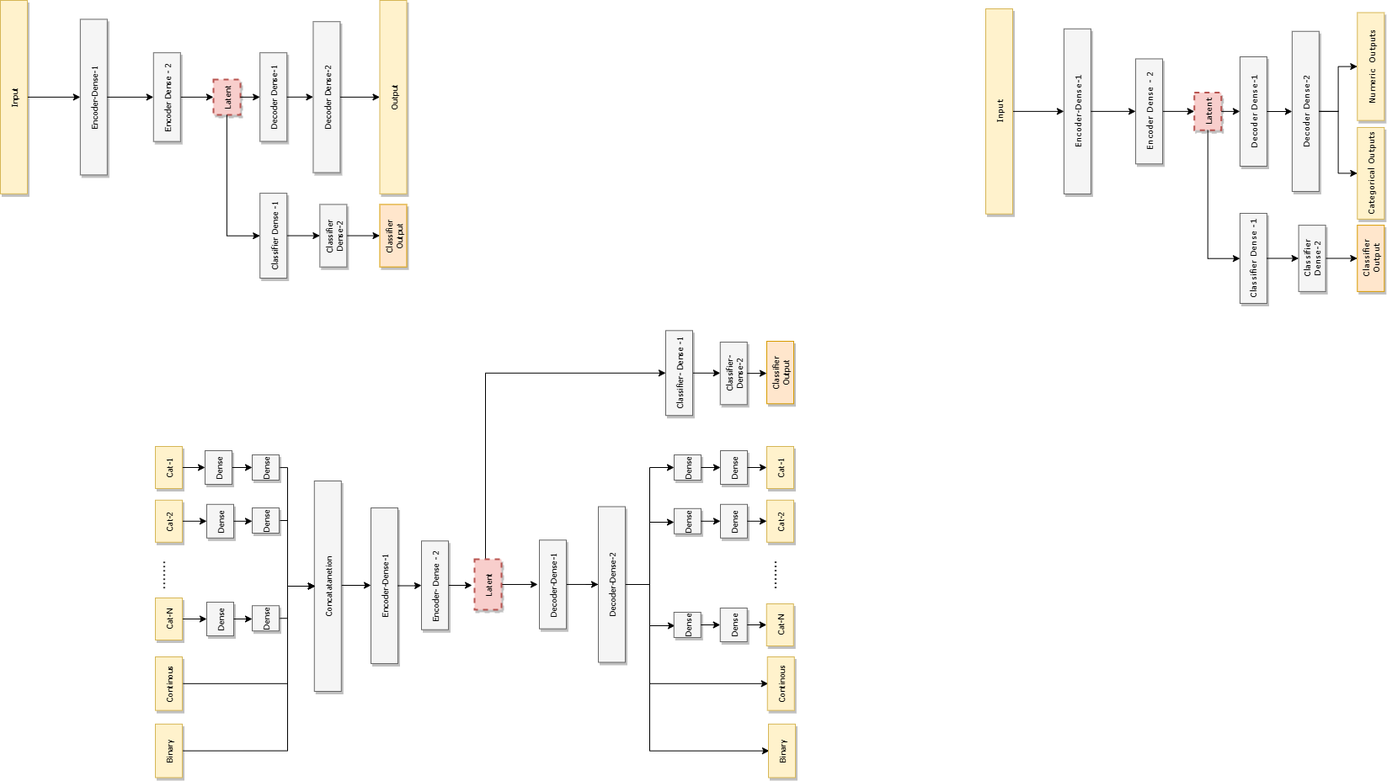
This is Copy of sae-outputs-combined.drawio.png from faikozcan/MLFraud, a draw.io export, as it was before one commit. Source tidied: cells renumbered, new cells last; positions are measured from the earlier drawing's top-left corner, leaving out a move shared by most shapes.
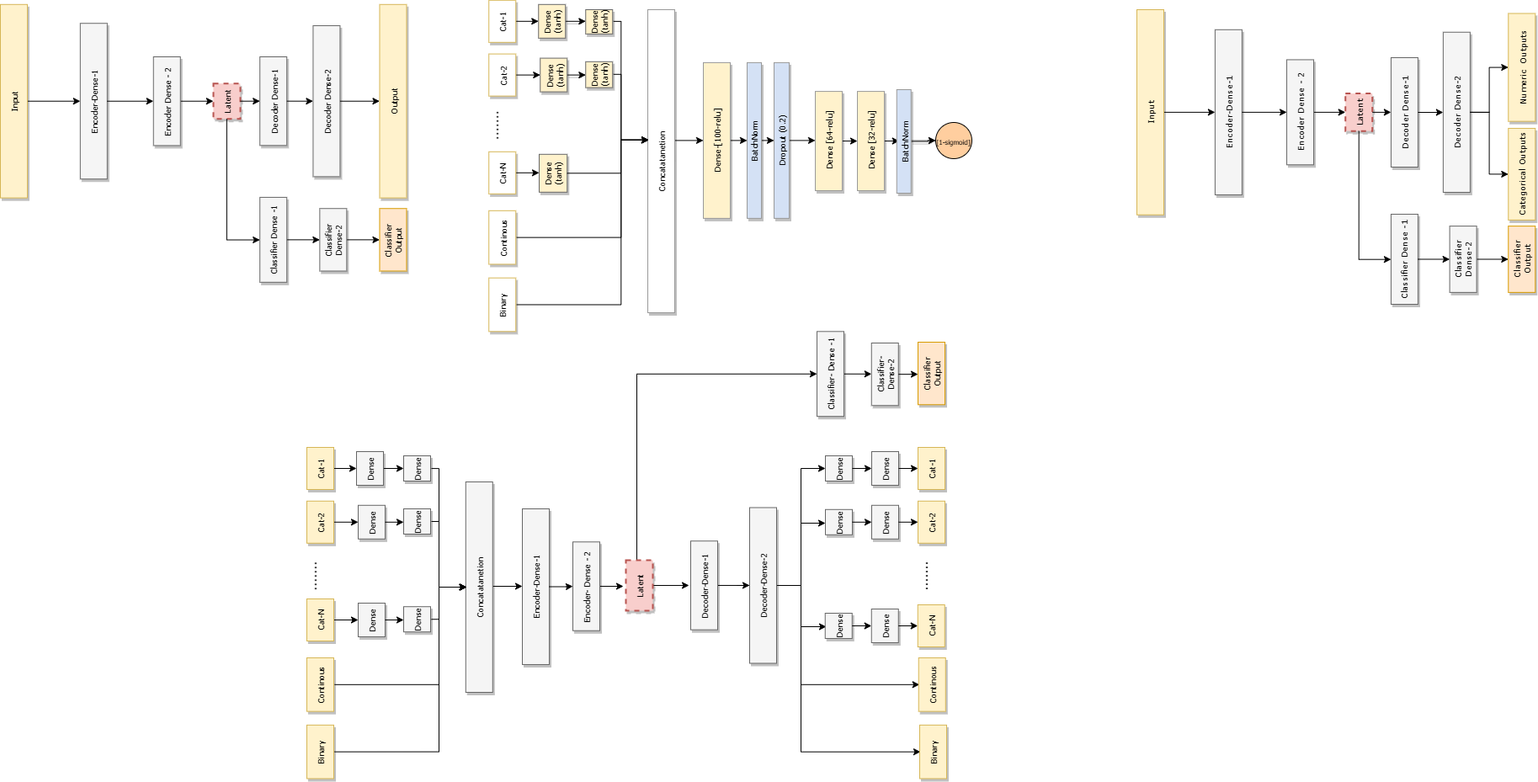
After the commit.

Diff of the diagram source:
```diff
@@ -71,7 +71,7 @@
       </mxGeometry>
     </mxCell>
     <mxCell id="15" value="Latent" style="whiteSpace=wrap;html=1;shadow=1;fontSize=10;fillColor=#f8cecc;strokeColor=#b85450;strokeWidth=2;dashed=1;horizontal=0;fontFamily=Tahoma;" parent="1" vertex="1">
-      <mxGeometry x="252.9" y="93.9" width="32" height="42" as="geometry" />
+      <mxGeometry x="72.9" y="97.7" width="32" height="42" as="geometry" />
     </mxCell>
     <mxCell id="16" style="edgeStyle=orthogonalEdgeStyle;rounded=0;jettySize=auto;html=1;exitX=1;exitY=0.5;exitDx=0;exitDy=0;entryX=0;entryY=0.5;entryDx=0;entryDy=0;horizontal=0;fontSize=10;fontFamily=Tahoma;" parent="1" edge="1" source="23" target="15">
       <mxGeometry relative="1" as="geometry" />
@@ -80,13 +80,13 @@
       <mxGeometry relative="1" as="geometry" />
     </mxCell>
     <mxCell id="18" value="Decoder Dense-1" style="whiteSpace=wrap;html=1;shadow=1;fontSize=10;fillColor=#f5f5f5;strokeColor=#666666;horizontal=0;fontFamily=Tahoma;" parent="1" vertex="1">
-      <mxGeometry x="308.2" y="62.2" width="32" height="105.3" as="geometry" />
+      <mxGeometry x="128.2" y="66" width="32" height="105.3" as="geometry" />
     </mxCell>
     <mxCell id="19" style="edgeStyle=orthogonalEdgeStyle;rounded=0;jettySize=auto;html=1;exitX=1;exitY=0.5;exitDx=0;exitDy=0;entryX=0;entryY=0.5;entryDx=0;entryDy=0;horizontal=0;fontSize=10;fontFamily=Tahoma;" parent="1" edge="1" source="18" target="24">
       <mxGeometry relative="1" as="geometry" />
     </mxCell>
     <mxCell id="20" value="Encoder-Dense-1" style="whiteSpace=wrap;html=1;shadow=1;fontSize=10;fillColor=#f5f5f5;strokeColor=#666666;horizontal=0;fontFamily=Tahoma;" parent="1" vertex="1">
-      <mxGeometry x="94.8" y="22.4" width="32" height="185" as="geometry" />
+      <mxGeometry x="-85.2" y="26.2" width="32" height="185" as="geometry" />
     </mxCell>
     <mxCell id="21" style="edgeStyle=orthogonalEdgeStyle;rounded=0;jettySize=auto;html=1;exitX=1;exitY=0.5;exitDx=0;exitDy=0;entryX=0;entryY=0.5;entryDx=0;entryDy=0;horizontal=0;fontSize=10;fontFamily=Tahoma;" parent="1" edge="1" source="26" target="20">
       <mxGeometry relative="1" as="geometry" />
@@ -95,24 +95,24 @@
       <mxGeometry relative="1" as="geometry" />
     </mxCell>
     <mxCell id="23" value="Encoder Dense - 2" style="whiteSpace=wrap;html=1;shadow=1;fontSize=10;fillColor=#f5f5f5;strokeColor=#666666;horizontal=0;fontFamily=Tahoma;" parent="1" vertex="1">
-      <mxGeometry x="181.8" y="62.2" width="32" height="105.4" as="geometry" />
+      <mxGeometry x="1.8" y="66" width="32" height="105.4" as="geometry" />
     </mxCell>
     <mxCell id="24" value="Decoder Dense-2" style="whiteSpace=wrap;html=1;shadow=1;fontSize=10;fillColor=#f5f5f5;strokeColor=#666666;horizontal=0;fontFamily=Tahoma;" parent="1" vertex="1">
-      <mxGeometry x="371.5" y="25.2" width="32" height="179.4" as="geometry" />
+      <mxGeometry x="191.5" y="29" width="32" height="179.4" as="geometry" />
     </mxCell>
     <mxCell id="25" style="edgeStyle=orthogonalEdgeStyle;rounded=0;jettySize=auto;html=1;exitX=1;exitY=0.5;exitDx=0;exitDy=0;entryX=0;entryY=0.5;entryDx=0;entryDy=0;horizontal=0;fontSize=10;fontFamily=Tahoma;" parent="1" edge="1" source="24" target="27">
       <mxGeometry relative="1" as="geometry" />
     </mxCell>
     <mxCell id="26" value="Input" style="whiteSpace=wrap;html=1;shadow=1;fontSize=10;fillColor=#fff2cc;strokeColor=#d6b656;horizontal=0;fontFamily=Tahoma;" parent="1" vertex="1">
-      <mxGeometry width="32" height="229.8" as="geometry" />
+      <mxGeometry x="-180" y="3.8" width="32" height="229.8" as="geometry" />
     </mxCell>
     <mxCell id="27" value="Output" style="whiteSpace=wrap;html=1;shadow=1;fontSize=10;fillColor=#fff2cc;strokeColor=#d6b656;horizontal=0;fontFamily=Tahoma;" parent="1" vertex="1">
-      <mxGeometry x="450.5" width="32" height="229.8" as="geometry" />
+      <mxGeometry x="270.5" y="3.8" width="32" height="229.8" as="geometry" />
     </mxCell>
     <mxCell id="28" style="edgeStyle=orthogonalEdgeStyle;rounded=0;jettySize=auto;html=1;exitX=0.5;exitY=1;exitDx=0;exitDy=0;horizontal=0;fontSize=10;fontFamily=Tahoma;" parent="1" edge="1" source="15" target="32">
       <mxGeometry relative="1" as="geometry">
         <Array as="points">
-          <mxPoint x="268.6" y="279.7" />
+          <mxPoint x="88.6" y="283.5" />
         </Array>
       </mxGeometry>
     </mxCell>
@@ -123,13 +123,13 @@
       <mxGeometry relative="1" as="geometry" />
     </mxCell>
     <mxCell id="31" value="Classifier Output" style="whiteSpace=wrap;html=1;shadow=1;fontSize=10;fillColor=#ffe6cc;strokeColor=#d79b00;horizontal=0;fontFamily=Tahoma;" parent="1" vertex="1">
-      <mxGeometry x="450.5" y="242.4" width="32" height="74.3" as="geometry" />
+      <mxGeometry x="270.5" y="246.2" width="32" height="74.3" as="geometry" />
     </mxCell>
     <mxCell id="32" value="Classifier Dense -1" style="whiteSpace=wrap;html=1;shadow=1;fontSize=10;fillColor=#f5f5f5;strokeColor=#666666;horizontal=0;fontFamily=Tahoma;" parent="1" vertex="1">
-      <mxGeometry x="308.2" y="229.1" width="32" height="100.9" as="geometry" />
+      <mxGeometry x="128.2" y="232.9" width="32" height="100.9" as="geometry" />
     </mxCell>
     <mxCell id="33" value="Classifier Dense-2" style="whiteSpace=wrap;html=1;shadow=1;fontSize=10;fillColor=#f5f5f5;strokeColor=#666666;horizontal=0;fontFamily=Tahoma;" parent="1" vertex="1">
-      <mxGeometry x="379.4" y="242.4" width="32" height="74.3" as="geometry" />
+      <mxGeometry x="199.4" y="246.2" width="32" height="74.3" as="geometry" />
     </mxCell>
     <mxCell id="34" style="edgeStyle=orthogonalEdgeStyle;rounded=0;jettySize=auto;html=1;exitX=1;exitY=0.5;exitDx=0;exitDy=0;entryX=0;entryY=0.5;entryDx=0;entryDy=0;" parent="1" edge="1" source="35" target="86">
       <mxGeometry relative="1" as="geometry" />
@@ -407,5 +407,164 @@
     <mxCell id="109" value="Binary" style="whiteSpace=wrap;html=1;shadow=1;fontSize=10;fillColor=#fff2cc;strokeColor=#d6b656;horizontal=0;fontFamily=Tahoma;" parent="1" vertex="1">
       <mxGeometry x="912" y="859.9" width="32" height="63.6" as="geometry" />
     </mxCell>
+    <mxCell id="110" style="edgeStyle=orthogonalEdgeStyle;rounded=0;orthogonalLoop=1;jettySize=auto;html=1;exitX=1;exitY=0.5;exitDx=0;exitDy=0;entryX=0;entryY=0.5;entryDx=0;entryDy=0;" parent="1" edge="1">
+      <mxGeometry relative="1" as="geometry">
+        <mxPoint x="433.2" y="280.6" as="sourcePoint" />
+        <mxPoint x="590" y="164.8" as="targetPoint" />
+        <Array as="points">
+          <mxPoint x="557.2" y="280.8" />
+          <mxPoint x="557.2" y="164.8" />
+        </Array>
+      </mxGeometry>
+    </mxCell>
+    <mxCell id="111" value="Continous" style="whiteSpace=wrap;html=1;shadow=1;fontSize=10;fillColor=#FFFFFF;strokeColor=#d6b656;horizontal=0;fontFamily=Tahoma;" parent="1" vertex="1">
+      <mxGeometry x="400.2" y="248.8" width="32" height="63.6" as="geometry" />
+    </mxCell>
+    <mxCell id="112" style="edgeStyle=orthogonalEdgeStyle;rounded=0;orthogonalLoop=1;jettySize=auto;html=1;" parent="1" edge="1">
+      <mxGeometry relative="1" as="geometry">
+        <mxPoint x="433.2" y="360.5" as="sourcePoint" />
+        <mxPoint x="590" y="164.8" as="targetPoint" />
+        <Array as="points">
+          <mxPoint x="557.2" y="360.8" />
+          <mxPoint x="557.2" y="164.8" />
+        </Array>
+      </mxGeometry>
+    </mxCell>
+    <mxCell id="113" value="Binary" style="whiteSpace=wrap;html=1;shadow=1;fontSize=10;fillColor=#FFFFFF;strokeColor=#d6b656;horizontal=0;fontFamily=Tahoma;" parent="1" vertex="1">
+      <mxGeometry x="400.2" y="328.7" width="32" height="63.6" as="geometry" />
+    </mxCell>
+    <mxCell id="114" style="edgeStyle=orthogonalEdgeStyle;rounded=0;jettySize=auto;html=1;exitX=1;exitY=0.5;exitDx=0;exitDy=0;entryX=0;entryY=0.5;entryDx=0;entryDy=0;fontFamily=Tahoma;fontSize=8;fillColor=#FFFFFF;strokeColor=#000000;" parent="1" edge="1" source="115" target="142">
+      <mxGeometry relative="1" as="geometry" />
+    </mxCell>
+    <mxCell id="115" value="Dense-[100-relu]" style="whiteSpace=wrap;html=1;shadow=1;fontSize=10;fillColor=#FFF2CC;strokeColor=#999999;horizontal=0;fontFamily=Tahoma;" parent="1" vertex="1">
+      <mxGeometry x="655" y="72.9" width="32" height="185" as="geometry" />
+    </mxCell>
+    <mxCell id="116" style="edgeStyle=orthogonalEdgeStyle;rounded=0;jettySize=auto;html=1;exitX=1;exitY=0.5;exitDx=0;exitDy=0;entryX=0;entryY=0.5;entryDx=0;entryDy=0;fontFamily=arial;fontSize=8;fillColor=#FFFFFF;strokeColor=#000000;" parent="1" edge="1" source="117" target="146">
+      <mxGeometry relative="1" as="geometry" />
+    </mxCell>
+    <mxCell id="117" value="&amp;nbsp;Dense [64-relu]" style="whiteSpace=wrap;html=1;shadow=1;fontSize=10;fillColor=#FFF2CC;strokeColor=#999999;horizontal=0;fontFamily=Tahoma;" parent="1" vertex="1">
+      <mxGeometry x="788" y="107.1" width="32" height="117.9" as="geometry" />
+    </mxCell>
+    <mxCell id="118" style="edgeStyle=orthogonalEdgeStyle;rounded=0;jettySize=auto;html=1;exitX=1;exitY=0.5;exitDx=0;exitDy=0;entryX=0;entryY=0.5;entryDx=0;entryDy=0;shadow=1;strokeColor=#000000;fontFamily=arial;fontSize=8;fillColor=#FFFFFF;" parent="1" edge="1" source="119" target="124">
+      <mxGeometry relative="1" as="geometry" />
+    </mxCell>
+    <mxCell id="119" value="Dense (tanh)" style="whiteSpace=wrap;html=1;shadow=1;fontSize=10;fillColor=#FFF2CC;strokeColor=#666666;horizontal=0;fontFamily=Tahoma;" parent="1" vertex="1">
+      <mxGeometry x="459.2" y="3.8" width="32" height="40" as="geometry" />
+    </mxCell>
+    <mxCell id="120" style="edgeStyle=orthogonalEdgeStyle;rounded=0;jettySize=auto;html=1;exitX=1;exitY=0.5;exitDx=0;exitDy=0;entryX=0;entryY=0.5;entryDx=0;entryDy=0;fontFamily=Tahoma;fontSize=8;" parent="1" edge="1" source="121" target="115">
+      <mxGeometry relative="1" as="geometry">
+        <Array as="points">
+          <mxPoint x="621" y="165" />
+        </Array>
+      </mxGeometry>
+    </mxCell>
+    <mxCell id="121" value="Concatatanetion" style="whiteSpace=wrap;html=1;shadow=1;fontSize=10;fillColor=#FFFFFF;strokeColor=#999999;horizontal=0;fontFamily=Tahoma;" parent="1" vertex="1">
+      <mxGeometry x="589" y="10" width="32" height="360" as="geometry" />
+    </mxCell>
+    <mxCell id="122" style="edgeStyle=orthogonalEdgeStyle;rounded=0;jettySize=auto;html=1;exitX=1;exitY=0.5;exitDx=0;exitDy=0;entryX=0;entryY=0.5;entryDx=0;entryDy=0;" parent="1" edge="1" source="123" target="119">
+      <mxGeometry relative="1" as="geometry" />
+    </mxCell>
+    <mxCell id="123" value="Cat-1" style="whiteSpace=wrap;html=1;shadow=1;fontSize=10;fillColor=#FFFFFF;strokeColor=#d6b656;horizontal=0;fontFamily=Tahoma;" parent="1" vertex="1">
+      <mxGeometry x="400.2" y="-1.2" width="32" height="50" as="geometry" />
+    </mxCell>
+    <mxCell id="124" value="Dense (tanh)" style="whiteSpace=wrap;html=1;shadow=1;fontSize=10;fillColor=#FFF2CC;strokeColor=#666666;horizontal=0;fontFamily=Tahoma;" parent="1" vertex="1">
+      <mxGeometry x="515.2" y="10" width="32" height="28.8" as="geometry" />
+    </mxCell>
+    <mxCell id="125" style="edgeStyle=orthogonalEdgeStyle;rounded=0;orthogonalLoop=1;jettySize=auto;html=1;fontFamily=Verdana;fontSize=10;" parent="1" edge="1">
+      <mxGeometry relative="1" as="geometry">
+        <mxPoint x="548.2" y="23.9" as="sourcePoint" />
+        <mxPoint x="590" y="164.8" as="targetPoint" />
+        <Array as="points">
+          <mxPoint x="557.2" y="23.8" />
+          <mxPoint x="557.2" y="164.8" />
+        </Array>
+      </mxGeometry>
+    </mxCell>
+    <mxCell id="126" style="edgeStyle=orthogonalEdgeStyle;rounded=0;orthogonalLoop=1;jettySize=auto;html=1;exitX=1;exitY=0.5;exitDx=0;exitDy=0;entryX=0;entryY=0.5;entryDx=0;entryDy=0;" parent="1" edge="1">
+      <mxGeometry relative="1" as="geometry">
+        <mxPoint x="548.2" y="86.8" as="sourcePoint" />
+        <mxPoint x="590" y="164.8" as="targetPoint" />
+        <Array as="points">
+          <mxPoint x="557.2" y="86.8" />
+          <mxPoint x="557.2" y="164.8" />
+        </Array>
+      </mxGeometry>
+    </mxCell>
+    <mxCell id="127" value="&lt;font style=&quot;font-size: 18px&quot;&gt;.......&lt;/font&gt;" style="text;html=1;strokeColor=none;fillColor=#FFFFFF;align=center;verticalAlign=middle;whiteSpace=wrap;rounded=0;rotation=90;" parent="1" vertex="1">
+      <mxGeometry x="390" y="132.6" width="52.5" height="30" as="geometry" />
+    </mxCell>
+    <mxCell id="128" style="group;" parent="1" vertex="1">
+      <mxGeometry x="400.2" y="62.6" width="147" height="50" as="geometry" />
+    </mxCell>
+    <mxCell id="129" style="edgeStyle=orthogonalEdgeStyle;rounded=0;jettySize=auto;html=1;exitX=1;exitY=0.5;exitDx=0;exitDy=0;entryX=0;entryY=0.5;entryDx=0;entryDy=0;shadow=1;strokeColor=#000000;fontFamily=arial;fontSize=8;fillColor=#FFFFFF;" parent="128" edge="1" source="130" target="131">
+      <mxGeometry relative="1" as="geometry" />
+    </mxCell>
+    <mxCell id="130" value="Dense (tanh)" style="whiteSpace=wrap;html=1;shadow=1;fontSize=10;fillColor=#FFF2CC;strokeColor=#666666;horizontal=0;fontFamily=Tahoma;" parent="128" vertex="1">
+      <mxGeometry x="61" y="5" width="32" height="40" as="geometry" />
+    </mxCell>
+    <mxCell id="131" value="Dense (tanh)" style="whiteSpace=wrap;html=1;shadow=1;fontSize=10;fillColor=#FFF2CC;strokeColor=#666666;horizontal=0;fontFamily=Tahoma;" parent="128" vertex="1">
+      <mxGeometry x="115" y="9.2" width="32" height="30.8" as="geometry" />
+    </mxCell>
+    <mxCell id="132" style="edgeStyle=orthogonalEdgeStyle;rounded=0;jettySize=auto;html=1;exitX=1;exitY=0.5;exitDx=0;exitDy=0;entryX=0;entryY=0.5;entryDx=0;entryDy=0;" parent="128" edge="1" source="133" target="130">
+      <mxGeometry relative="1" as="geometry" />
+    </mxCell>
+    <mxCell id="133" value="Cat-2" style="whiteSpace=wrap;html=1;shadow=1;fontSize=10;fillColor=#FFFFFF;strokeColor=#d6b656;horizontal=0;fontFamily=Tahoma;" parent="128" vertex="1">
+      <mxGeometry width="32" height="50" as="geometry" />
+    </mxCell>
+    <mxCell id="134" style="group;" parent="1" vertex="1">
+      <mxGeometry x="400.2" y="178.8" width="147" height="50" as="geometry" />
+    </mxCell>
+    <mxCell id="135" value="Dense&lt;br&gt;(tanh)" style="whiteSpace=wrap;html=1;shadow=1;fontSize=10;fillColor=#FFF2CC;strokeColor=#666666;horizontal=0;fontFamily=Tahoma;" parent="134" vertex="1">
+      <mxGeometry x="59.8" y="3" width="33.2" height="45" as="geometry" />
+    </mxCell>
+    <mxCell id="136" style="edgeStyle=orthogonalEdgeStyle;rounded=0;jettySize=auto;html=1;exitX=1;exitY=0.5;exitDx=0;exitDy=0;entryX=0;entryY=0.5;entryDx=0;entryDy=0;" parent="134" edge="1" source="137" target="135">
+      <mxGeometry relative="1" as="geometry" />
+    </mxCell>
+    <mxCell id="137" value="Cat-N" style="whiteSpace=wrap;html=1;shadow=1;fontSize=10;fillColor=#FFFFFF;strokeColor=#d6b656;horizontal=0;fontFamily=Tahoma;" parent="134" vertex="1">
+      <mxGeometry width="32" height="50" as="geometry" />
+    </mxCell>
+    <mxCell id="138" style="edgeStyle=orthogonalEdgeStyle;rounded=0;jettySize=auto;html=1;entryX=0;entryY=0.5;entryDx=0;entryDy=0;exitX=1;exitY=0.5;exitDx=0;exitDy=0;" parent="1" edge="1" source="135">
+      <mxGeometry relative="1" as="geometry">
+        <mxPoint x="590" y="164.8" as="targetPoint" />
+        <Array as="points">
+          <mxPoint x="557" y="204" />
+          <mxPoint x="557" y="165" />
+        </Array>
+      </mxGeometry>
+    </mxCell>
+    <mxCell id="139" value="&lt;font face=&quot;Tahoma&quot; style=&quot;&quot;&gt;&lt;font style=&quot;font-size: 8px;&quot;&gt;[1-sigmoid]&lt;/font&gt;&lt;br&gt;&lt;/font&gt;" style="ellipse;whiteSpace=wrap;html=1;fillColor=#FFCE9F;strokeColor=#000000;" parent="1" vertex="1">
+      <mxGeometry x="931" y="144" width="43" height="43" as="geometry" />
+    </mxCell>
+    <mxCell id="140" style="edgeStyle=orthogonalEdgeStyle;rounded=0;jettySize=auto;html=1;exitX=1;exitY=0.5;exitDx=0;exitDy=0;entryX=0;entryY=0.5;entryDx=0;entryDy=0;fontFamily=Tahoma;fontSize=8;fillColor=#FFFFFF;strokeColor=#999999;" parent="1" edge="1" target="139">
+      <mxGeometry relative="1" as="geometry">
+        <mxPoint x="900" y="165.3" as="sourcePoint" />
+      </mxGeometry>
+    </mxCell>
+    <mxCell id="141" style="edgeStyle=orthogonalEdgeStyle;rounded=0;jettySize=auto;html=1;exitX=1;exitY=0.5;exitDx=0;exitDy=0;entryX=0;entryY=0.5;entryDx=0;entryDy=0;fontFamily=Tahoma;fontSize=8;fillColor=#FFFFFF;strokeColor=#000000;" parent="1" edge="1" source="142" target="144">
+      <mxGeometry relative="1" as="geometry" />
+    </mxCell>
+    <mxCell id="142" value="BatchNorm" style="whiteSpace=wrap;html=1;shadow=1;fontSize=10;fillColor=#D4E1F5;strokeColor=#999999;horizontal=0;fontFamily=Tahoma;" parent="1" vertex="1">
+      <mxGeometry x="707" y="72.9" width="17" height="185" as="geometry" />
+    </mxCell>
+    <mxCell id="143" style="edgeStyle=orthogonalEdgeStyle;rounded=0;jettySize=auto;html=1;exitX=1;exitY=0.5;exitDx=0;exitDy=0;entryX=0;entryY=0.5;entryDx=0;entryDy=0;fontFamily=Tahoma;fontSize=8;fillColor=#FFFFFF;strokeColor=#050505;" parent="1" edge="1" source="144" target="117">
+      <mxGeometry relative="1" as="geometry" />
+    </mxCell>
+    <mxCell id="144" value="Dropout (0.2)" style="whiteSpace=wrap;html=1;shadow=1;fontSize=10;fillColor=#D4E1F5;strokeColor=#999999;horizontal=0;fontFamily=Tahoma;" parent="1" vertex="1">
+      <mxGeometry x="739" y="72.9" width="18" height="185" as="geometry" />
+    </mxCell>
+    <mxCell id="145" style="edgeStyle=orthogonalEdgeStyle;rounded=0;jettySize=auto;html=1;exitX=1;exitY=0.5;exitDx=0;exitDy=0;entryX=0;entryY=0.5;entryDx=0;entryDy=0;fontFamily=arial;fontSize=8;fillColor=#FFFFFF;strokeColor=#000000;" parent="1" edge="1" source="146">
+      <mxGeometry relative="1" as="geometry">
+        <mxPoint x="887.8" y="165.3" as="targetPoint" />
+      </mxGeometry>
+    </mxCell>
+    <mxCell id="146" value="&amp;nbsp;Dense [32-relu]" style="whiteSpace=wrap;html=1;shadow=1;fontSize=10;fillColor=#FFF2CC;strokeColor=#999999;horizontal=0;fontFamily=Tahoma;" parent="1" vertex="1">
+      <mxGeometry x="838" y="107.1" width="32" height="117.9" as="geometry" />
+    </mxCell>
+    <mxCell id="147" style="edgeStyle=orthogonalEdgeStyle;rounded=0;jettySize=auto;html=1;shadow=1;strokeColor=#000000;fontFamily=arial;fontSize=8;fillColor=#FFFFFF;" parent="1" edge="1" source="148" target="139">
+      <mxGeometry relative="1" as="geometry" />
+    </mxCell>
+    <mxCell id="148" value="BatchNorm" style="whiteSpace=wrap;html=1;shadow=1;fontSize=10;fillColor=#D4E1F5;strokeColor=#999999;horizontal=0;fontFamily=Tahoma;" parent="1" vertex="1">
+      <mxGeometry x="884.8" y="105" width="17" height="123" as="geometry" />
+    </mxCell>
   </root>
 </mxGraphModel>
```
